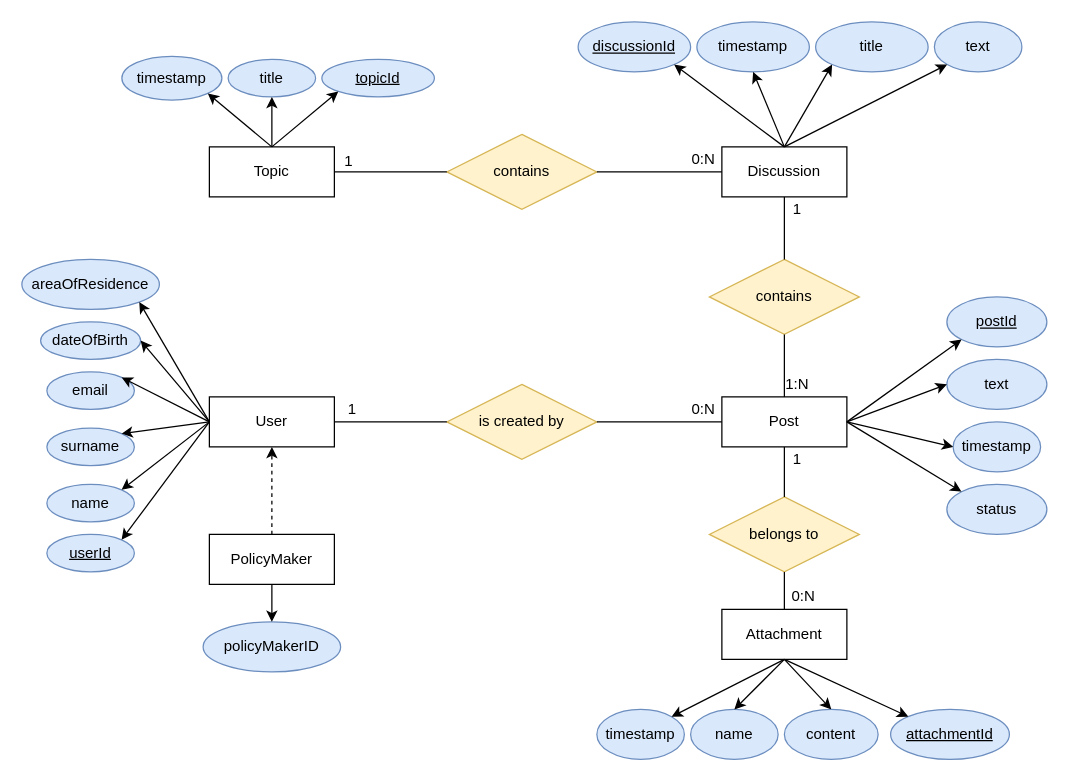
Earlier version of the draw.io diagram page "Forum" (1 of 2) of DD Diagrams/ERDiagram.drawio (matteovisotto/SE2-CecchettoSirianiVisotto). Source tidied: cells renumbered, new cells numbered last; positions are measured from the earlier drawing's top-left corner, leaving out a move shared by most shapes. Both pictures are drawn from the tidied source at 125%, with x=0, y=0 at pixel (21, 21).
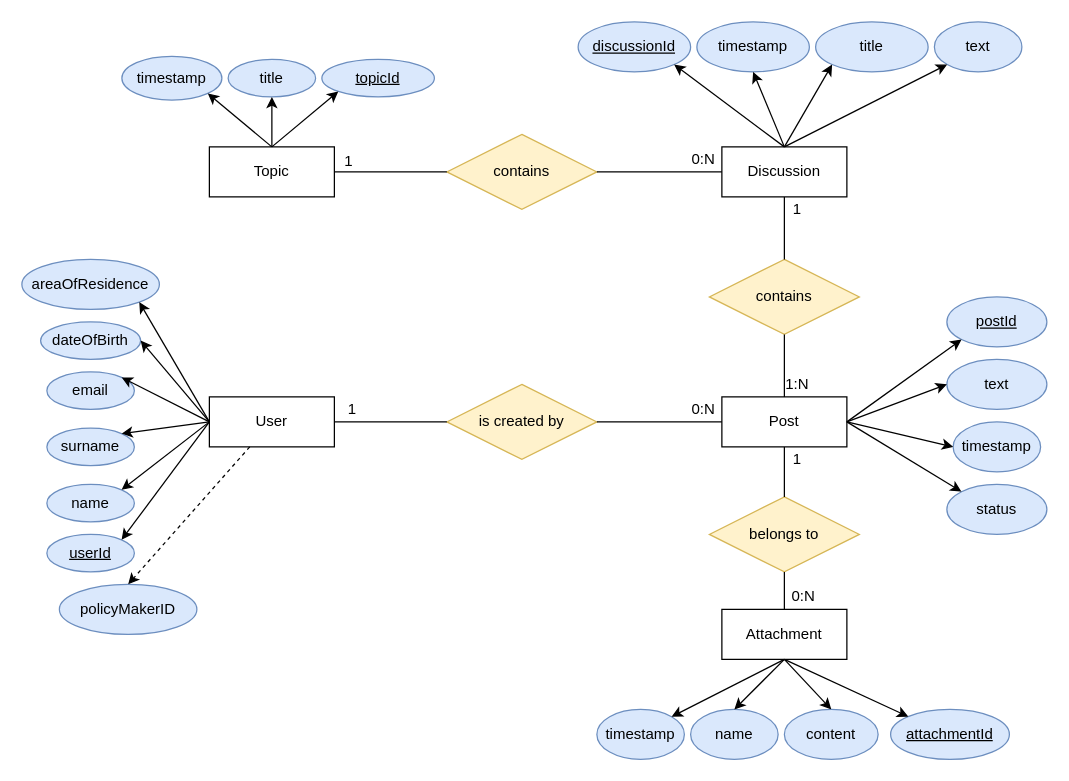
After the change.

Unchanged cells that the change refers to:
```xml
<mxCell id="36" value="User" style="whiteSpace=wrap;html=1;align=center;" parent="1" vertex="1">
  <mxGeometry x="150" y="300" width="100" height="40" as="geometry" />
</mxCell>
```

Diff of the diagram source:
```diff
@@
-    <mxCell id="52" value="PolicyMaker" style="whiteSpace=wrap;html=1;align=center;" parent="1" vertex="1">
-      <mxGeometry x="150" y="410" width="100" height="40" as="geometry" />
-    </mxCell>
-    <mxCell id="53" style="endArrow=classic;html=1;rounded=0;dashed=1;entryX=0.5;entryY=1;entryDx=0;entryDy=0;exitX=0.5;exitY=0;exitDx=0;exitDy=0;" parent="1" edge="1" source="52" target="36">
-      <mxGeometry relative="1" as="geometry" />
-    </mxCell>
     <mxCell id="54" value="policyMakerID" style="ellipse;whiteSpace=wrap;html=1;fillColor=#dae8fc;strokeColor=#6c8ebf;" parent="1" vertex="1">
-      <mxGeometry x="145" y="480" width="110" height="40" as="geometry" />
+      <mxGeometry x="30" y="450" width="110" height="40" as="geometry" />
     </mxCell>
-    <mxCell id="55" style="endArrow=classic;html=1;rounded=0;exitX=0.5;exitY=1;exitDx=0;exitDy=0;entryX=0.5;entryY=0;entryDx=0;entryDy=0;" parent="1" edge="1" source="52" target="54">
+    <mxCell id="55" style="endArrow=classic;html=1;rounded=0;entryX=0.5;entryY=0;entryDx=0;entryDy=0;dashed=1;" parent="1" edge="1" source="36" target="54">
       <mxGeometry relative="1" as="geometry" />
     </mxCell>
```
